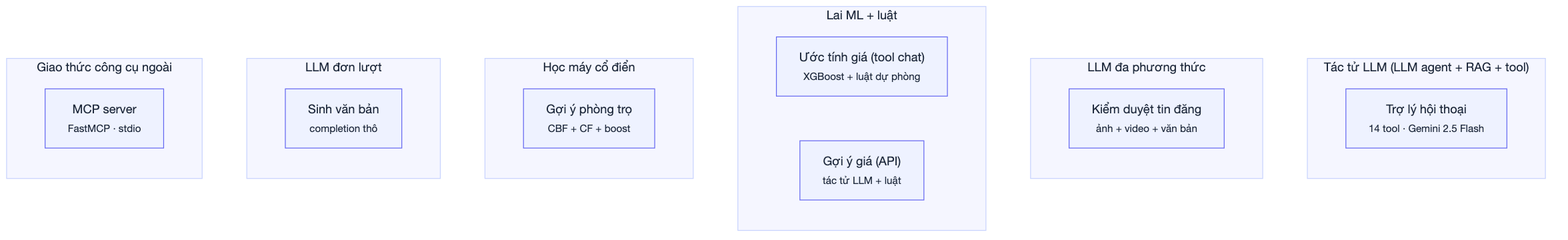
huynhtranty/smartrent-report keeps this Mermaid diagram as diagrams/ai/png/02-ai-surfaces.png. Above is the earlier version. Its source is kept beside it as diagrams/ai/src/02-ai-surfaces.mmd.
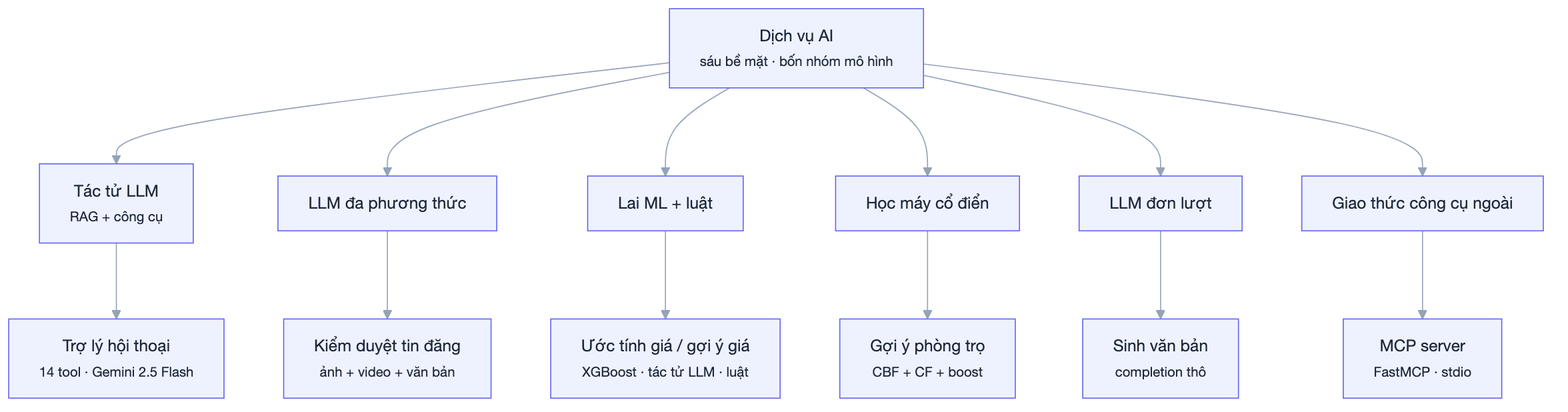
After the change.

The edit, as a diff of the source:
```diff
@@ -1,20 +1,14 @@
 flowchart TB
- subgraph LLMA["Tác tử LLM (LLM agent + RAG + tool)"]
- Chatbot["Trợ lý hội thoại<br/><small>14 tool · Gemini 2.5 Flash</small>"]
- end
- subgraph MM["LLM đa phương thức"]
- VerifyS["Kiểm duyệt tin đăng<br/><small>ảnh + video + văn bản</small>"]
- end
- subgraph Hybrid["Lai ML + luật"]
- PriceTool["Ước tính giá (tool chat)<br/><small>XGBoost + luật dự phòng</small>"]
- PriceEp["Gợi ý giá (API)<br/><small>tác tử LLM + luật</small>"]
- end
- subgraph CML["Học máy cổ điển"]
- RecoS["Gợi ý phòng trọ<br/><small>CBF + CF + boost</small>"]
- end
- subgraph Single["LLM đơn lượt"]
- ComplS["Sinh văn bản<br/><small>completion thô</small>"]
- end
- subgraph Ext["Giao thức công cụ ngoài"]
- MCPS["MCP server<br/><small>FastMCP · stdio</small>"]
- end
+ Root["Dịch vụ AI<br/><small>sáu bề mặt · bốn nhóm mô hình</small>"]
+ Root --> A["Tác tử LLM<br/><small>RAG + công cụ</small>"]
+ Root --> B["LLM đa phương thức"]
+ Root --> C["Lai ML + luật"]
+ Root --> D["Học máy cổ điển"]
+ Root --> E["LLM đơn lượt"]
+ Root --> F["Giao thức công cụ ngoài"]
+ A --> A1["Trợ lý hội thoại<br/><small>14 tool · Gemini 2.5 Flash</small>"]
+ B --> B1["Kiểm duyệt tin đăng<br/><small>ảnh + video + văn bản</small>"]
+ C --> C1["Ước tính giá / gợi ý giá<br/><small>XGBoost · tác tử LLM · luật</small>"]
+ D --> D1["Gợi ý phòng trọ<br/><small>CBF + CF + boost</small>"]
+ E --> E1["Sinh văn bản<br/><small>completion thô</small>"]
+ F --> F1["MCP server<br/><small>FastMCP · stdio</small>"]
```
